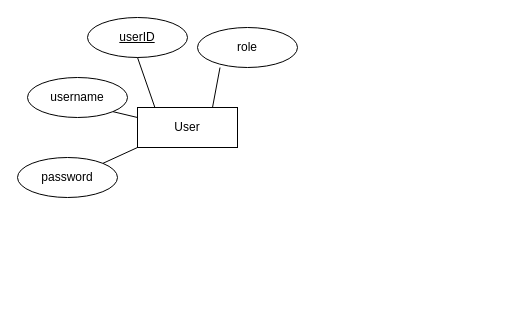
Before: Untitled Diagram.drawio in aurora-mei/BookSelling, a draw.io diagram. Source tidied: cells renumbered, new cells numbered last; positions are measured from the earlier drawing's top-left corner, leaving out a move shared by most shapes. Both pictures are drawn from the tidied source at 100%, with x=0, y=0 at pixel (17, 17).
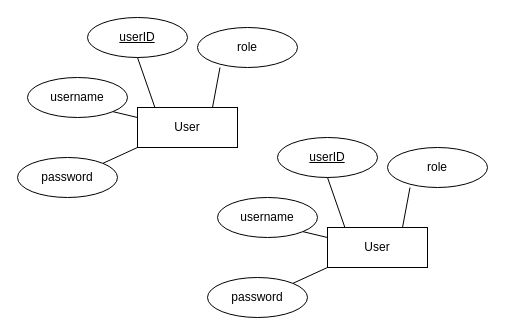
The same diagram, later.

What changed in the source:
```diff
@@
 <mxGraphModel>
   <root>
     <mxCell id="0" />
     <mxCell id="1" parent="0" />
     <mxCell id="2" value="User" style="whiteSpace=wrap;html=1;align=center;" parent="1" vertex="1">
       <mxGeometry x="120" y="90" width="100" height="40" as="geometry" />
     </mxCell>
     <mxCell id="3" value="userID" style="ellipse;whiteSpace=wrap;html=1;align=center;fontStyle=4;" parent="1" vertex="1">
       <mxGeometry x="70" width="100" height="40" as="geometry" />
     </mxCell>
     <mxCell id="4" value="username" style="ellipse;whiteSpace=wrap;html=1;align=center;" parent="1" vertex="1">
       <mxGeometry x="10" y="60" width="100" height="40" as="geometry" />
     </mxCell>
     <mxCell id="5" value="role" style="ellipse;whiteSpace=wrap;html=1;align=center;" parent="1" vertex="1">
       <mxGeometry x="180" y="10" width="100" height="40" as="geometry" />
     </mxCell>
     <mxCell id="6" value="password" style="ellipse;whiteSpace=wrap;html=1;align=center;" parent="1" vertex="1">
       <mxGeometry y="140" width="100" height="40" as="geometry" />
     </mxCell>
     <mxCell id="7" style="endArrow=none;html=1;rounded=0;exitX=0.5;exitY=1;exitDx=0;exitDy=0;entryX=0.173;entryY=-0.007;entryDx=0;entryDy=0;entryPerimeter=0;" parent="1" edge="1" source="3" target="2">
       <mxGeometry relative="1" as="geometry" />
     </mxCell>
     <mxCell id="8" style="endArrow=none;html=1;rounded=0;exitX=1;exitY=1;exitDx=0;exitDy=0;entryX=0;entryY=0.25;entryDx=0;entryDy=0;" parent="1" edge="1" source="4" target="2">
       <mxGeometry relative="1" as="geometry" />
     </mxCell>
     <mxCell id="9" style="endArrow=none;html=1;rounded=0;exitX=1;exitY=0;exitDx=0;exitDy=0;entryX=0;entryY=1;entryDx=0;entryDy=0;" parent="1" edge="1" source="6" target="2">
       <mxGeometry relative="1" as="geometry" />
     </mxCell>
     <mxCell id="10" style="endArrow=none;html=1;rounded=0;exitX=0.75;exitY=0;exitDx=0;exitDy=0;entryX=0.225;entryY=1.001;entryDx=0;entryDy=0;entryPerimeter=0;" parent="1" edge="1" source="2" target="5">
       <mxGeometry relative="1" as="geometry" />
     </mxCell>
+    <mxCell id="11" value="User" style="whiteSpace=wrap;html=1;align=center;" parent="1" vertex="1">
+      <mxGeometry x="310" y="210" width="100" height="40" as="geometry" />
+    </mxCell>
+    <mxCell id="12" value="userID" style="ellipse;whiteSpace=wrap;html=1;align=center;fontStyle=4;" parent="1" vertex="1">
+      <mxGeometry x="260" y="120" width="100" height="40" as="geometry" />
+    </mxCell>
+    <mxCell id="13" value="username" style="ellipse;whiteSpace=wrap;html=1;align=center;" parent="1" vertex="1">
+      <mxGeometry x="200" y="180" width="100" height="40" as="geometry" />
+    </mxCell>
+    <mxCell id="14" value="role" style="ellipse;whiteSpace=wrap;html=1;align=center;" parent="1" vertex="1">
+      <mxGeometry x="370" y="130" width="100" height="40" as="geometry" />
+    </mxCell>
+    <mxCell id="15" value="password" style="ellipse;whiteSpace=wrap;html=1;align=center;" parent="1" vertex="1">
+      <mxGeometry x="190" y="260" width="100" height="40" as="geometry" />
+    </mxCell>
+    <mxCell id="16" style="endArrow=none;html=1;rounded=0;exitX=0.5;exitY=1;exitDx=0;exitDy=0;entryX=0.173;entryY=-0.007;entryDx=0;entryDy=0;entryPerimeter=0;" parent="1" edge="1" source="12" target="11">
+      <mxGeometry relative="1" as="geometry" />
+    </mxCell>
+    <mxCell id="17" style="endArrow=none;html=1;rounded=0;exitX=1;exitY=1;exitDx=0;exitDy=0;entryX=0;entryY=0.25;entryDx=0;entryDy=0;" parent="1" edge="1" source="13" target="11">
+      <mxGeometry relative="1" as="geometry" />
+    </mxCell>
+    <mxCell id="18" style="endArrow=none;html=1;rounded=0;exitX=1;exitY=0;exitDx=0;exitDy=0;entryX=0;entryY=1;entryDx=0;entryDy=0;" parent="1" edge="1" source="15" target="11">
+      <mxGeometry relative="1" as="geometry" />
+    </mxCell>
+    <mxCell id="19" style="endArrow=none;html=1;rounded=0;exitX=0.75;exitY=0;exitDx=0;exitDy=0;entryX=0.225;entryY=1.001;entryDx=0;entryDy=0;entryPerimeter=0;" parent="1" edge="1" source="11" target="14">
+      <mxGeometry relative="1" as="geometry" />
+    </mxCell>
   </root>
 </mxGraphModel>
```
